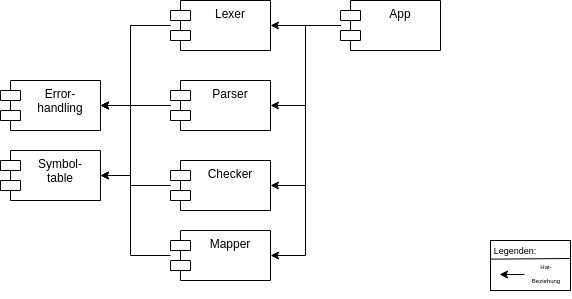
Before: assets/img/Beziehungen_Modules.png, a diagram exported from draw.io (lhahner/aspekte-formale-uebersetzung-programmiersprachen). Source tidied: cells renumbered, new cells last; positions are measured from the earlier drawing's top-left corner, leaving out a move shared by most shapes.
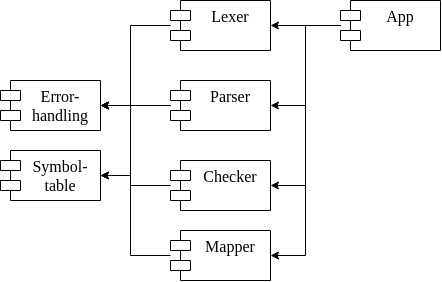
The same file after the commit.

The edit, as a diff of the source:
```diff
@@ -2,22 +2,22 @@
   <root>
     <mxCell id="0" />
     <mxCell id="1" parent="0" />
-    <mxCell id="2" style="edgeStyle=orthogonalEdgeStyle;rounded=0;jettySize=auto;html=1;" parent="1" edge="1" source="6" target="11">
+    <mxCell id="2" style="edgeStyle=orthogonalEdgeStyle;rounded=0;jettySize=auto;html=1;fontFamily=Semi Serif;fontSize=16;" parent="1" edge="1" source="6" target="11">
       <mxGeometry relative="1" as="geometry" />
     </mxCell>
-    <mxCell id="3" style="edgeStyle=orthogonalEdgeStyle;rounded=0;jettySize=auto;html=1;entryX=1;entryY=0.5;entryDx=0;entryDy=0;" parent="1" edge="1" source="6" target="14">
+    <mxCell id="3" style="edgeStyle=orthogonalEdgeStyle;rounded=0;jettySize=auto;html=1;entryX=1;entryY=0.5;entryDx=0;entryDy=0;fontFamily=Semi Serif;fontSize=16;" parent="1" edge="1" source="6" target="14">
       <mxGeometry relative="1" as="geometry" />
     </mxCell>
-    <mxCell id="4" style="edgeStyle=orthogonalEdgeStyle;rounded=0;jettySize=auto;html=1;entryX=1;entryY=0.5;entryDx=0;entryDy=0;" parent="1" edge="1" source="6" target="8">
+    <mxCell id="4" style="edgeStyle=orthogonalEdgeStyle;rounded=0;jettySize=auto;html=1;entryX=1;entryY=0.5;entryDx=0;entryDy=0;fontFamily=Semi Serif;fontSize=16;" parent="1" edge="1" source="6" target="8">
       <mxGeometry relative="1" as="geometry" />
     </mxCell>
-    <mxCell id="5" style="edgeStyle=orthogonalEdgeStyle;rounded=0;jettySize=auto;html=1;entryX=1;entryY=0.5;entryDx=0;entryDy=0;" parent="1" edge="1" source="6" target="17">
+    <mxCell id="5" style="edgeStyle=orthogonalEdgeStyle;rounded=0;jettySize=auto;html=1;entryX=1;entryY=0.5;entryDx=0;entryDy=0;fontFamily=Semi Serif;fontSize=16;" parent="1" edge="1" source="6" target="17">
       <mxGeometry relative="1" as="geometry" />
     </mxCell>
-    <mxCell id="6" value="App" style="shape=module;align=left;spacingLeft=20;align=center;verticalAlign=top;whiteSpace=wrap;html=1;" parent="1" vertex="1">
+    <mxCell id="6" value="App" style="shape=module;align=left;spacingLeft=20;align=center;verticalAlign=top;whiteSpace=wrap;html=1;fontFamily=Semi Serif;fontSize=16;" parent="1" vertex="1">
       <mxGeometry x="340" width="100" height="50" as="geometry" />
     </mxCell>
-    <mxCell id="7" style="edgeStyle=orthogonalEdgeStyle;rounded=0;jettySize=auto;html=1;entryX=1;entryY=0.5;entryDx=0;entryDy=0;" parent="1" edge="1" source="8" target="9">
+    <mxCell id="7" style="edgeStyle=orthogonalEdgeStyle;rounded=0;jettySize=auto;html=1;entryX=1;entryY=0.5;entryDx=0;entryDy=0;fontFamily=Semi Serif;fontSize=16;" parent="1" edge="1" source="8" target="9">
       <mxGeometry relative="1" as="geometry">
         <Array as="points">
           <mxPoint x="130" y="185" />
@@ -25,13 +25,13 @@
         </Array>
       </mxGeometry>
     </mxCell>
-    <mxCell id="8" value="Checker" style="shape=module;align=left;spacingLeft=20;align=center;verticalAlign=top;whiteSpace=wrap;html=1;" parent="1" vertex="1">
+    <mxCell id="8" value="Checker" style="shape=module;align=left;spacingLeft=20;align=center;verticalAlign=top;whiteSpace=wrap;html=1;fontFamily=Semi Serif;fontSize=16;" parent="1" vertex="1">
       <mxGeometry x="170" y="160" width="100" height="50" as="geometry" />
     </mxCell>
-    <mxCell id="9" value="Error-&lt;br&gt;handling" style="shape=module;align=left;spacingLeft=20;align=center;verticalAlign=top;whiteSpace=wrap;html=1;" parent="1" vertex="1">
+    <mxCell id="9" value="Error-&lt;br style=&quot;font-size: 16px;&quot;&gt;handling" style="shape=module;align=left;spacingLeft=20;align=center;verticalAlign=top;whiteSpace=wrap;html=1;fontFamily=Semi Serif;fontSize=16;" parent="1" vertex="1">
       <mxGeometry y="80" width="100" height="50" as="geometry" />
     </mxCell>
-    <mxCell id="10" style="edgeStyle=orthogonalEdgeStyle;rounded=0;jettySize=auto;html=1;entryX=1;entryY=0.5;entryDx=0;entryDy=0;" parent="1" edge="1" source="11" target="9">
+    <mxCell id="10" style="edgeStyle=orthogonalEdgeStyle;rounded=0;jettySize=auto;html=1;entryX=1;entryY=0.5;entryDx=0;entryDy=0;fontFamily=Semi Serif;fontSize=16;" parent="1" edge="1" source="11" target="9">
       <mxGeometry relative="1" as="geometry">
         <Array as="points">
           <mxPoint x="130" y="25" />
@@ -39,13 +39,13 @@
         </Array>
       </mxGeometry>
     </mxCell>
-    <mxCell id="11" value="Lexer" style="shape=module;align=left;spacingLeft=20;align=center;verticalAlign=top;whiteSpace=wrap;html=1;" parent="1" vertex="1">
+    <mxCell id="11" value="Lexer" style="shape=module;align=left;spacingLeft=20;align=center;verticalAlign=top;whiteSpace=wrap;html=1;fontFamily=Semi Serif;fontSize=16;" parent="1" vertex="1">
       <mxGeometry x="170" width="100" height="50" as="geometry" />
     </mxCell>
-    <mxCell id="12" style="edgeStyle=orthogonalEdgeStyle;rounded=0;jettySize=auto;html=1;entryX=1;entryY=0.5;entryDx=0;entryDy=0;" parent="1" edge="1" source="14" target="9">
+    <mxCell id="12" style="edgeStyle=orthogonalEdgeStyle;rounded=0;jettySize=auto;html=1;entryX=1;entryY=0.5;entryDx=0;entryDy=0;fontFamily=Semi Serif;fontSize=16;" parent="1" edge="1" source="14" target="9">
       <mxGeometry relative="1" as="geometry" />
     </mxCell>
-    <mxCell id="13" style="edgeStyle=orthogonalEdgeStyle;rounded=0;jettySize=auto;html=1;entryX=1;entryY=0.5;entryDx=0;entryDy=0;" parent="1" edge="1" source="14" target="15">
+    <mxCell id="13" style="edgeStyle=orthogonalEdgeStyle;rounded=0;jettySize=auto;html=1;entryX=1;entryY=0.5;entryDx=0;entryDy=0;fontFamily=Semi Serif;fontSize=16;" parent="1" edge="1" source="14" target="15">
       <mxGeometry relative="1" as="geometry">
         <Array as="points">
           <mxPoint x="130" y="105" />
@@ -53,13 +53,13 @@
         </Array>
       </mxGeometry>
     </mxCell>
-    <mxCell id="14" value="Parser" style="shape=module;align=left;spacingLeft=20;align=center;verticalAlign=top;whiteSpace=wrap;html=1;" parent="1" vertex="1">
+    <mxCell id="14" value="Parser" style="shape=module;align=left;spacingLeft=20;align=center;verticalAlign=top;whiteSpace=wrap;html=1;fontFamily=Semi Serif;fontSize=16;" parent="1" vertex="1">
       <mxGeometry x="170" y="80" width="100" height="50" as="geometry" />
     </mxCell>
-    <mxCell id="15" value="Symbol-&lt;br&gt;table" style="shape=module;align=left;spacingLeft=20;align=center;verticalAlign=top;whiteSpace=wrap;html=1;" parent="1" vertex="1">
+    <mxCell id="15" value="Symbol-&lt;br style=&quot;font-size: 16px;&quot;&gt;table" style="shape=module;align=left;spacingLeft=20;align=center;verticalAlign=top;whiteSpace=wrap;html=1;fontFamily=Semi Serif;fontSize=16;" parent="1" vertex="1">
       <mxGeometry y="150" width="100" height="50" as="geometry" />
     </mxCell>
-    <mxCell id="16" style="edgeStyle=orthogonalEdgeStyle;rounded=0;jettySize=auto;html=1;entryX=1;entryY=0.5;entryDx=0;entryDy=0;" parent="1" edge="1" source="17" target="15">
+    <mxCell id="16" style="edgeStyle=orthogonalEdgeStyle;rounded=0;jettySize=auto;html=1;entryX=1;entryY=0.5;entryDx=0;entryDy=0;fontFamily=Semi Serif;fontSize=16;" parent="1" edge="1" source="17" target="15">
       <mxGeometry relative="1" as="geometry">
         <Array as="points">
           <mxPoint x="130" y="255" />
@@ -67,29 +67,8 @@
         </Array>
       </mxGeometry>
     </mxCell>
-    <mxCell id="17" value="Mapper" style="shape=module;align=left;spacingLeft=20;align=center;verticalAlign=top;whiteSpace=wrap;html=1;" parent="1" vertex="1">
+    <mxCell id="17" value="Mapper" style="shape=module;align=left;spacingLeft=20;align=center;verticalAlign=top;whiteSpace=wrap;html=1;fontFamily=Semi Serif;fontSize=16;" parent="1" vertex="1">
       <mxGeometry x="170" y="230" width="100" height="50" as="geometry" />
     </mxCell>
-    <mxCell id="18" style="rounded=0;whiteSpace=wrap;html=1;fontFamily=Helvetica;fontSize=11;fontColor=default;align=left;" parent="1" vertex="1">
-      <mxGeometry x="490" y="240" width="80" height="50" as="geometry" />
-    </mxCell>
-    <mxCell id="19" value="&lt;font style=&quot;font-size: 9px;&quot;&gt;Legenden:&lt;/font&gt;" style="text;html=1;strokeColor=none;fillColor=none;align=center;verticalAlign=middle;whiteSpace=wrap;rounded=0;fontSize=11;fontFamily=Helvetica;fontColor=default;" parent="1" vertex="1">
-      <mxGeometry x="500" y="240" width="30" height="20" as="geometry" />
-    </mxCell>
-    <mxCell id="20" style="endArrow=classic;html=1;rounded=0;labelBackgroundColor=default;strokeColor=default;align=center;verticalAlign=middle;fontFamily=Helvetica;fontSize=11;fontColor=default;shape=connector;" parent="1" edge="1">
-      <mxGeometry relative="1" as="geometry">
-        <mxPoint x="524" y="274" as="sourcePoint" />
-        <mxPoint x="499" y="274" as="targetPoint" />
-      </mxGeometry>
-    </mxCell>
-    <mxCell id="21" style="edgeStyle=orthogonalEdgeStyle;shape=connector;rounded=0;orthogonalLoop=1;jettySize=auto;html=1;exitX=0.5;exitY=1;exitDx=0;exitDy=0;labelBackgroundColor=default;strokeColor=default;align=center;verticalAlign=middle;fontFamily=Helvetica;fontSize=11;fontColor=default;endArrow=classic;" parent="1" edge="1" source="18" target="18">
-      <mxGeometry relative="1" as="geometry" />
-    </mxCell>
-    <mxCell id="22" value="&lt;font style=&quot;font-size: 6px;&quot;&gt;Hat-Beziehung&lt;/font&gt;" style="text;html=1;strokeColor=none;fillColor=none;align=center;verticalAlign=middle;whiteSpace=wrap;rounded=0;fontSize=11;fontFamily=Helvetica;fontColor=default;" parent="1" vertex="1">
-      <mxGeometry x="528" y="262" width="36" height="20" as="geometry" />
-    </mxCell>
-    <mxCell id="23" style="endArrow=none;html=1;rounded=0;labelBackgroundColor=default;strokeColor=default;align=center;verticalAlign=middle;fontFamily=Helvetica;fontSize=11;fontColor=default;shape=connector;entryX=0.997;entryY=0.36;entryDx=0;entryDy=0;entryPerimeter=0;exitX=0.006;exitY=0.373;exitDx=0;exitDy=0;exitPerimeter=0;" parent="1" edge="1" source="18" target="18">
-      <mxGeometry relative="1" as="geometry" />
-    </mxCell>
   </root>
 </mxGraphModel>
```
